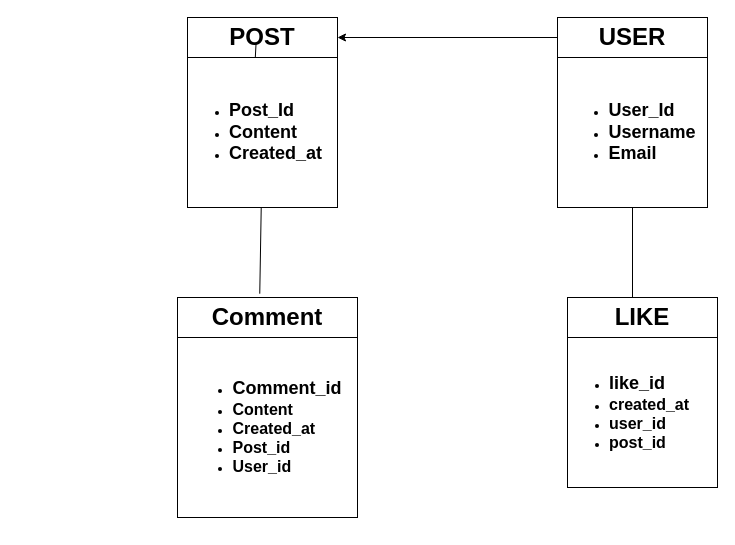
Above: Untitled Diagram.drawio in scorelab/Codelabz (draw.io), before the change. Source tidied: cells renumbered, new cells numbered last; positions are measured from the earlier drawing's top-left corner, leaving out a move shared by most shapes. Both pictures are drawn from the tidied source at 100%, with x=0, y=0 at pixel (177, 17).
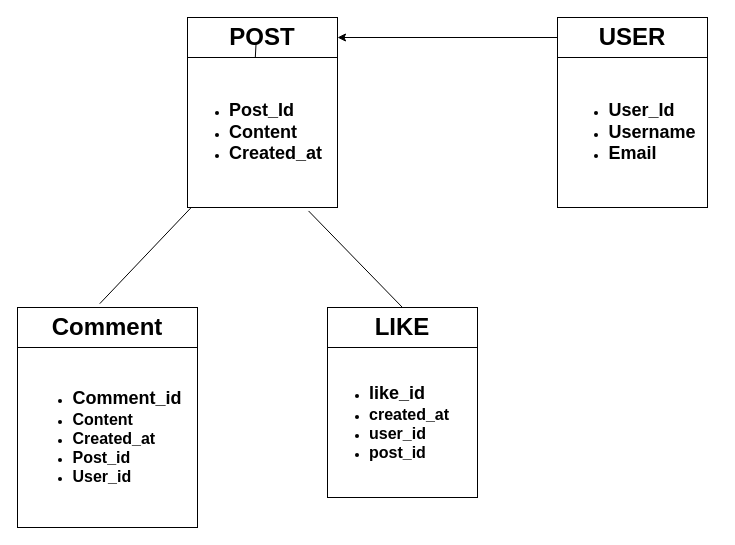
The same page after the edit.

The edit, as a diff of the source:
```diff
@@
 <mxGraphModel>
   <root>
     <mxCell id="0" />
     <mxCell id="1" parent="0" />
     <mxCell id="2" style="edgeStyle=orthogonalEdgeStyle;rounded=0;jettySize=auto;html=1;" parent="1" edge="1" source="3" target="4">
       <mxGeometry relative="1" as="geometry" />
     </mxCell>
     <mxCell id="3" value="&lt;span style=&quot;font-size: 24px;&quot;&gt;&lt;b&gt;USER&lt;/b&gt;&lt;/span&gt;" style="rounded=0;whiteSpace=wrap;html=1;" parent="1" vertex="1">
       <mxGeometry x="380" width="150" height="40" as="geometry" />
     </mxCell>
     <mxCell id="4" value="&lt;b&gt;&lt;font style=&quot;font-size: 24px;&quot;&gt;POST&lt;/font&gt;&lt;/b&gt;" style="rounded=0;whiteSpace=wrap;html=1;" parent="1" vertex="1">
       <mxGeometry x="10" width="150" height="40" as="geometry" />
     </mxCell>
     <mxCell id="5" value="&lt;div style=&quot;text-align: left;&quot;&gt;&lt;ul&gt;&lt;li&gt;&lt;b style=&quot;background-color: initial; border-color: var(--border-color);&quot;&gt;&lt;font style=&quot;border-color: var(--border-color); font-size: 18px;&quot;&gt;User_Id&lt;/font&gt;&lt;/b&gt;&lt;/li&gt;&lt;li&gt;&lt;b style=&quot;background-color: initial; border-color: var(--border-color);&quot;&gt;&lt;font style=&quot;border-color: var(--border-color); font-size: 18px;&quot;&gt;Username&lt;/font&gt;&lt;/b&gt;&lt;/li&gt;&lt;li&gt;&lt;b style=&quot;background-color: initial; font-size: 12px; border-color: var(--border-color);&quot;&gt;&lt;font style=&quot;border-color: var(--border-color); font-size: 18px;&quot;&gt;Email&lt;/font&gt;&lt;/b&gt;&lt;/li&gt;&lt;/ul&gt;&lt;/div&gt;" style="whiteSpace=wrap;html=1;" parent="1" vertex="1">
       <mxGeometry x="380" y="40" width="150" height="150" as="geometry" />
     </mxCell>
     <mxCell id="6" value="&lt;span style=&quot;font-size: 24px;&quot;&gt;&lt;b&gt;Comment&lt;/b&gt;&lt;/span&gt;" style="rounded=0;whiteSpace=wrap;html=1;" parent="1" vertex="1">
-      <mxGeometry y="280" width="180" height="40" as="geometry" />
+      <mxGeometry x="-160" y="290" width="180" height="40" as="geometry" />
     </mxCell>
     <mxCell id="7" value="&lt;div style=&quot;text-align: left;&quot;&gt;&lt;ul&gt;&lt;li&gt;&lt;span style=&quot;background-color: initial;&quot;&gt;&lt;font style=&quot;font-size: 18px;&quot;&gt;&lt;b&gt;Comment_id&lt;/b&gt;&lt;/font&gt;&lt;/span&gt;&lt;/li&gt;&lt;li&gt;&lt;span style=&quot;background-color: initial;&quot;&gt;&lt;font size=&quot;3&quot;&gt;&lt;b&gt;Content&lt;/b&gt;&lt;/font&gt;&lt;/span&gt;&lt;/li&gt;&lt;li&gt;&lt;span style=&quot;background-color: initial;&quot;&gt;&lt;font size=&quot;3&quot;&gt;&lt;b&gt;Created_at&lt;/b&gt;&lt;/font&gt;&lt;/span&gt;&lt;/li&gt;&lt;li&gt;&lt;span style=&quot;background-color: initial;&quot;&gt;&lt;font size=&quot;3&quot;&gt;&lt;b&gt;Post_id&lt;/b&gt;&lt;/font&gt;&lt;/span&gt;&lt;/li&gt;&lt;li&gt;&lt;span style=&quot;background-color: initial;&quot;&gt;&lt;font size=&quot;3&quot;&gt;&lt;b&gt;User_id&lt;/b&gt;&lt;/font&gt;&lt;/span&gt;&lt;/li&gt;&lt;/ul&gt;&lt;/div&gt;" style="whiteSpace=wrap;html=1;" parent="1" vertex="1">
-      <mxGeometry y="320" width="180" height="180" as="geometry" />
+      <mxGeometry x="-160" y="330" width="180" height="180" as="geometry" />
     </mxCell>
     <mxCell id="8" value="&lt;span style=&quot;font-size: 24px;&quot;&gt;&lt;b&gt;LIKE&lt;/b&gt;&lt;/span&gt;" style="rounded=0;whiteSpace=wrap;html=1;" parent="1" vertex="1">
-      <mxGeometry x="390" y="280" width="150" height="40" as="geometry" />
+      <mxGeometry x="150" y="290" width="150" height="40" as="geometry" />
     </mxCell>
     <mxCell id="9" value="&lt;ul&gt;&lt;li&gt;&lt;b&gt;&lt;font style=&quot;font-size: 18px;&quot;&gt;like_id&lt;/font&gt;&lt;/b&gt;&lt;/li&gt;&lt;li&gt;&lt;b&gt;&lt;font size=&quot;3&quot;&gt;created_at&lt;/font&gt;&lt;/b&gt;&lt;/li&gt;&lt;li&gt;&lt;b&gt;&lt;font size=&quot;3&quot;&gt;user_id&lt;/font&gt;&lt;/b&gt;&lt;/li&gt;&lt;li&gt;&lt;b&gt;&lt;font size=&quot;3&quot;&gt;post_id&lt;/font&gt;&lt;/b&gt;&lt;/li&gt;&lt;/ul&gt;" style="whiteSpace=wrap;html=1;align=left;" parent="1" vertex="1">
-      <mxGeometry x="390" y="320" width="150" height="150" as="geometry" />
+      <mxGeometry x="150" y="330" width="150" height="150" as="geometry" />
     </mxCell>
-    <mxCell id="10" style="endArrow=none;html=1;rounded=0;entryX=0.5;entryY=1;entryDx=0;entryDy=0;" parent="1" edge="1" target="5">
-      <mxGeometry relative="1" as="geometry">
-        <mxPoint x="455" y="280" as="sourcePoint" />
-      </mxGeometry>
+    <mxCell id="10" style="endArrow=none;html=1;rounded=0;entryX=0.807;entryY=1.023;entryDx=0;entryDy=0;entryPerimeter=0;exitX=0.5;exitY=0;exitDx=0;exitDy=0;" parent="1" edge="1" source="8" target="13">
+      <mxGeometry relative="1" as="geometry" />
     </mxCell>
     <mxCell id="11" style="endArrow=none;html=1;rounded=0;exitX=0.457;exitY=-0.095;exitDx=0;exitDy=0;exitPerimeter=0;" parent="1" edge="1" source="13">
       <mxGeometry relative="1" as="geometry">
         <mxPoint x="70" y="190" as="targetPoint" />
       </mxGeometry>
     </mxCell>
     <mxCell id="12" style="endArrow=none;html=1;rounded=0;exitX=0.457;exitY=-0.095;exitDx=0;exitDy=0;exitPerimeter=0;" parent="1" edge="1" source="6" target="13">
       <mxGeometry relative="1" as="geometry" />
     </mxCell>
     <mxCell id="13" value="&lt;ul&gt;&lt;li&gt;&lt;b&gt;&lt;font style=&quot;font-size: 18px;&quot;&gt;Post_Id&lt;/font&gt;&lt;/b&gt;&lt;/li&gt;&lt;li&gt;&lt;b&gt;&lt;font style=&quot;font-size: 18px;&quot;&gt;Content&lt;/font&gt;&lt;/b&gt;&lt;/li&gt;&lt;li&gt;&lt;b&gt;&lt;font style=&quot;font-size: 18px;&quot;&gt;Created_at&lt;/font&gt;&lt;/b&gt;&lt;/li&gt;&lt;/ul&gt;" style="whiteSpace=wrap;html=1;align=left;" parent="1" vertex="1">
       <mxGeometry x="10" y="40" width="150" height="150" as="geometry" />
     </mxCell>
   </root>
 </mxGraphModel>
```
